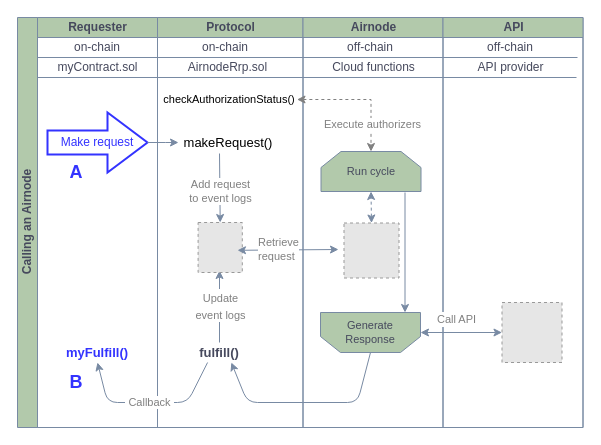
Earlier version of the draw.io diagram docs/airnode/next/assets/diagrams/call-an-airnode.drawio (api3dao/old-api3-docs). Source tidied: cells renumbered, new cells numbered last; positions are measured from the earlier drawing's top-left corner, leaving out a move shared by most shapes. Both pictures are drawn from the tidied source at 100%, with x=0, y=0 at pixel (17, 17). Pictures stored in the file or linked from it are replaced by grey dashed boxes.
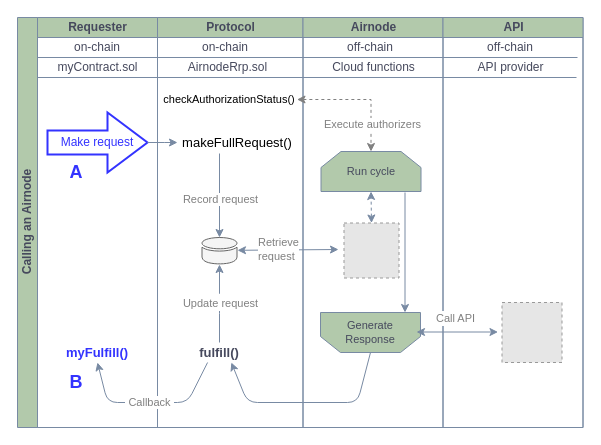
Above is the later version.

The change refers to these unchanged cells:
```xml
<mxCell id="2" value="Calling an Airnode" style="swimlane;html=1;startSize=20;horizontal=0;rounded=0;sketch=0;fontColor=#46495D;strokeColor=#788AA3;fillColor=#B2C9AB;" parent="1" vertex="1">
  <mxGeometry width="565.5" height="410" as="geometry" />
</mxCell>
<mxCell id="13" value="Protocol" style="swimlane;html=1;startSize=20;fillColor=#B2C9AB;strokeColor=#788AA3;fontColor=#46495D;" parent="2" vertex="1">
  <mxGeometry x="140" width="145.5" height="410" as="geometry" />
</mxCell>
<mxCell id="21" value="&lt;font style=&quot;font-size: 13px&quot;&gt;&lt;b&gt;fulfill()&lt;/b&gt;&lt;/font&gt;" style="text;html=1;strokeColor=none;fillColor=none;align=center;verticalAlign=middle;whiteSpace=wrap;rounded=0;sketch=0;fontColor=#46495D;fontStyle=0;fontSize=13;" parent="13" vertex="1">
  <mxGeometry x="38.2" y="325" width="47.5" height="20" as="geometry" />
</mxCell>
<mxCell id="31" value="Generate&lt;br&gt;Response" style="shape=loopLimit;whiteSpace=wrap;html=1;rounded=0;sketch=0;fontSize=11;fontColor=#46495D;strokeColor=#788AA3;fillColor=#B2C9AB;flipV=1;" parent="25" vertex="1">
  <mxGeometry x="17.5" y="295" width="100" height="40" as="geometry" />
</mxCell>
<mxCell id="33" value="API" style="swimlane;html=1;startSize=20;fillColor=#B2C9AB;strokeColor=#788AA3;fontColor=#46495D;" parent="2" vertex="1">
  <mxGeometry x="425.5" width="140" height="410" as="geometry" />
</mxCell>
<mxCell id="35" style="fillColor=#E6E6E6;strokeColor=#999999;dashed=1;verticalLabelPosition=bottom;labelBackgroundColor=#ffffff;verticalAlign=top;rotation=-90;" parent="33" vertex="1">
  <mxGeometry x="59" y="285" width="60" height="60" as="geometry" />
</mxCell>
```

What changed in the source:
```diff
@@
-    <mxCell id="15" style="endArrow=classic;html=1;fontColor=#46495D;strokeColor=#788AA3;fillColor=#B2C9AB;exitX=0.41;exitY=1.05;exitDx=0;exitDy=0;exitPerimeter=0;entryX=0.5;entryY=0;entryDx=0;entryDy=0;" parent="13" edge="1" target="22">
+    <mxCell id="15" style="endArrow=classic;html=1;fontColor=#46495D;strokeColor=#788AA3;fillColor=#B2C9AB;exitX=0.41;exitY=1.05;exitDx=0;exitDy=0;exitPerimeter=0;" parent="13" edge="1" target="43">
       <mxGeometry relative="1" as="geometry">
         <mxPoint x="62" y="136" as="sourcePoint" />
       </mxGeometry>
     </mxCell>
-    <mxCell id="16" value="&lt;font style=&quot;font-size: 11px&quot;&gt;Add request&lt;br&gt;to event logs&lt;br&gt;&lt;/font&gt;" style="edgeLabel;html=1;align=center;verticalAlign=middle;fontColor=#808080;" parent="15" vertex="1">
+    <mxCell id="16" value="&lt;font style=&quot;font-size: 11px&quot;&gt;Record request&lt;br&gt;&lt;/font&gt;" style="edgeLabel;html=1;align=center;verticalAlign=middle;fontColor=#808080;" parent="15" vertex="1">
       <mxGeometry relative="1" as="geometry">
         <mxPoint y="3" as="offset" />
       </mxGeometry>
     </mxCell>
-    <mxCell id="17" value="&lt;font color=&quot;#000000&quot; style=&quot;font-size: 13px;&quot;&gt;makeRequest()&lt;/font&gt;" style="text;html=1;strokeColor=none;fillColor=none;align=center;verticalAlign=middle;whiteSpace=wrap;rounded=0;sketch=0;fontColor=#46495D;fontSize=13;" parent="13" vertex="1">
-      <mxGeometry x="21" y="115" width="100" height="20" as="geometry" />
+    <mxCell id="17" value="&lt;font color=&quot;#000000&quot; style=&quot;font-size: 13px&quot;&gt;makeFullRequest()&lt;/font&gt;" style="text;html=1;strokeColor=none;fillColor=none;align=center;verticalAlign=middle;whiteSpace=wrap;rounded=0;sketch=0;fontColor=#46495D;fontSize=13;" parent="13" vertex="1">
+      <mxGeometry x="20" y="115" width="120" height="20" as="geometry" />
     </mxCell>
@@
-    <mxCell id="19" style="edgeStyle=orthogonalEdgeStyle;curved=0;rounded=1;sketch=0;jettySize=auto;html=1;entryX=0.5;entryY=1;entryDx=0;entryDy=0;fontSize=14;fontColor=#009900;startArrow=none;startFill=0;strokeColor=#788AA3;fillColor=#B2C9AB;" parent="13" edge="1" source="21">
-      <mxGeometry relative="1" as="geometry">
-        <mxPoint x="62" y="253" as="targetPoint" />
-      </mxGeometry>
+    <mxCell id="19" style="edgeStyle=orthogonalEdgeStyle;curved=0;rounded=1;sketch=0;jettySize=auto;html=1;fontSize=14;fontColor=#009900;startArrow=none;startFill=0;strokeColor=#788AA3;fillColor=#B2C9AB;" parent="13" edge="1" source="21" target="43">
+      <mxGeometry relative="1" as="geometry" />
     </mxCell>
-    <mxCell id="20" value="&lt;font style=&quot;font-size: 11px&quot; color=&quot;#808080&quot;&gt;Update &lt;br&gt;event logs&lt;/font&gt;" style="edgeLabel;html=1;align=center;verticalAlign=middle;fontSize=14;fontColor=#009900;" parent="19" vertex="1">
+    <mxCell id="20" value="&lt;font color=&quot;#808080&quot;&gt;&lt;span style=&quot;font-size: 11px&quot;&gt;Update request&lt;/span&gt;&lt;/font&gt;" style="edgeLabel;html=1;align=center;verticalAlign=middle;fontSize=14;fontColor=#009900;" parent="19" vertex="1">
       <mxGeometry x="0.06" relative="1" as="geometry" />
     </mxCell>
@@
-    <mxCell id="22" style="fillColor=#E6E6E6;strokeColor=#999999;dashed=1;verticalLabelPosition=bottom;labelBackgroundColor=#ffffff;verticalAlign=top;" parent="13" vertex="1">
-      <mxGeometry x="40.6" y="205" width="44.2" height="50" as="geometry" />
-    </mxCell>
@@
+    <mxCell id="43" style="sketch=0;shadow=0;dashed=0;html=1;strokeColor=#666666;fillColor=#f5f5f5;labelPosition=center;verticalLabelPosition=bottom;verticalAlign=top;outlineConnect=0;align=center;shape=mxgraph.office.databases.database_mini_1;fontColor=#333333;" parent="13" vertex="1">
+      <mxGeometry x="44.5" y="220" width="35" height="27" as="geometry" />
+    </mxCell>
@@
-    <mxCell id="37" style="endArrow=classic;startArrow=classic;html=1;fontSize=12;fontColor=#46495D;strokeColor=#788AA3;fillColor=#B2C9AB;exitX=1;exitY=0.5;exitDx=0;exitDy=0;entryX=0.5;entryY=0;entryDx=0;entryDy=0;" parent="2" edge="1" source="31" target="35">
-      <mxGeometry relative="1" as="geometry" />
+    <mxCell id="37" style="endArrow=classic;startArrow=classic;html=1;fontSize=12;fontColor=#46495D;strokeColor=#788AA3;fillColor=#B2C9AB;exitX=1;exitY=0.5;exitDx=0;exitDy=0;entryX=0.5;entryY=1;entryDx=0;entryDy=0;" parent="33" edge="1">
+      <mxGeometry relative="1" as="geometry">
+        <mxPoint x="-26.5" y="314.5" as="sourcePoint" />
+        <mxPoint x="55" y="314.5" as="targetPoint" />
+      </mxGeometry>
     </mxCell>
     <mxCell id="38" value="&lt;font color=&quot;#808080&quot; style=&quot;font-size: 11px&quot;&gt;Call API&lt;/font&gt;" style="edgeLabel;html=1;align=center;verticalAlign=middle;fontSize=12;fontColor=#46495D;" parent="37" vertex="1">
       <mxGeometry x="0.04" relative="1" as="geometry">
-        <mxPoint x="-7" y="-14" as="offset" />
+        <mxPoint x="-4" y="-14" as="offset" />
       </mxGeometry>
     </mxCell>
```
